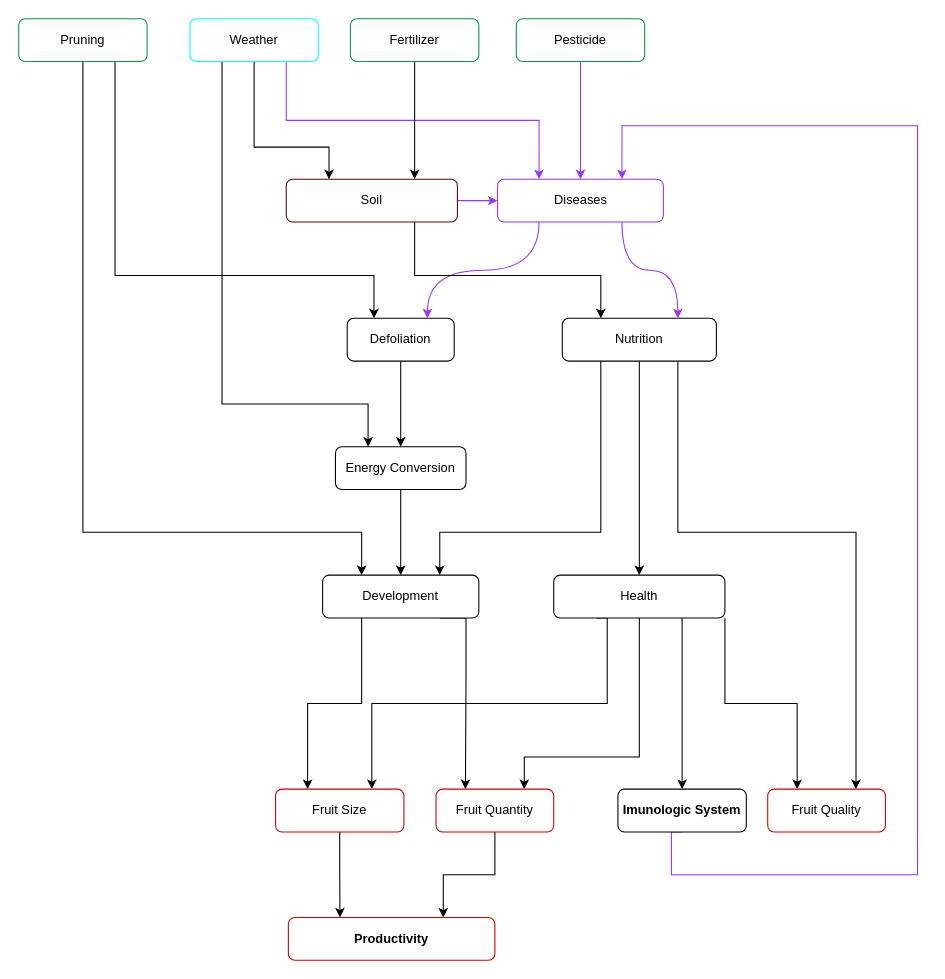
Above: farmer.drawio in nilold/farmer-game (draw.io), before the change. Source tidied: cells renumbered, new cells numbered last; positions are measured from the earlier drawing's top-left corner, leaving out a move shared by most shapes. Both pictures are drawn from the tidied source at 107%, with x=0, y=0 at pixel (18, 18).
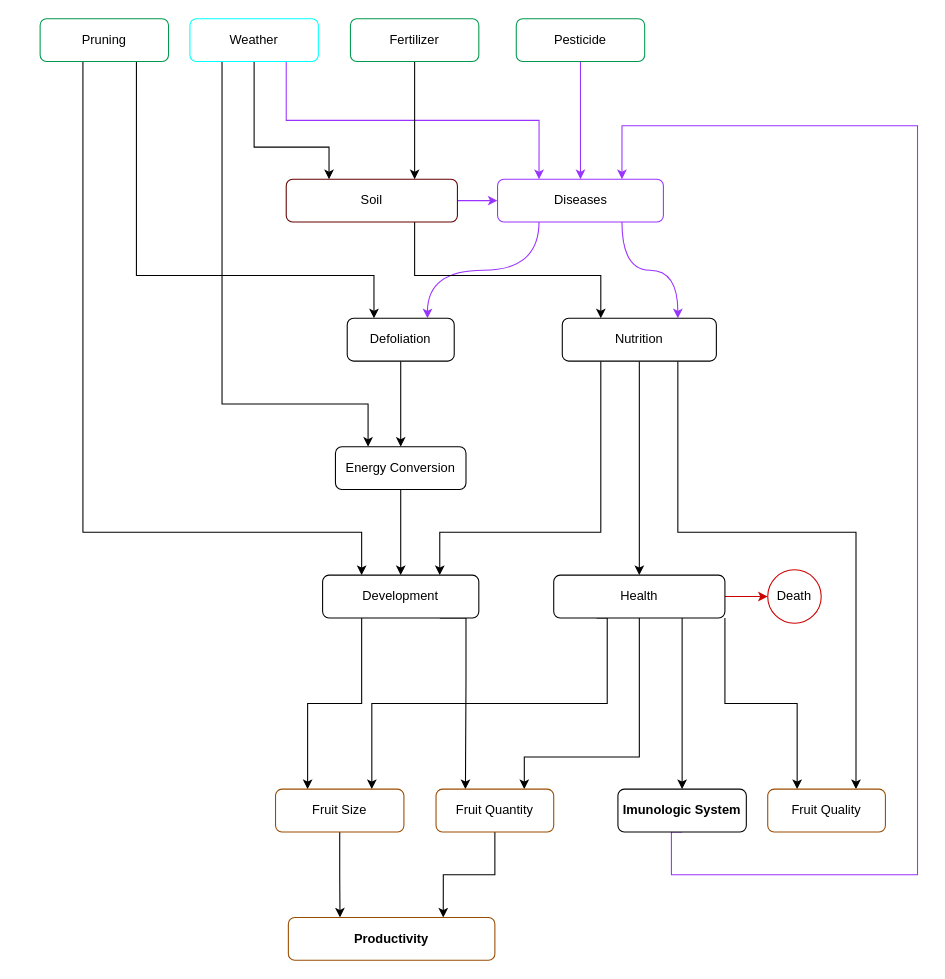
The same diagram, later.

The change refers to these unchanged cells:
```xml
<mxCell id="6" value="Health&lt;br&gt;" style="rounded=1;whiteSpace=wrap;html=1;" parent="1" vertex="1">
  <mxGeometry x="500" y="520" width="160" height="40" as="geometry" />
</mxCell>
<mxCell id="14" value="Defoliation" style="rounded=1;whiteSpace=wrap;html=1;" parent="1" vertex="1">
  <mxGeometry x="307" y="280" width="100" height="40" as="geometry" />
</mxCell>
```

Diff of the diagram source:
```diff
@@
+    <mxCell id="43" style="edgeStyle=orthogonalEdgeStyle;rounded=0;jettySize=auto;html=1;exitX=1;exitY=0.5;exitDx=0;exitDy=0;entryX=0;entryY=0.5;entryDx=0;entryDy=0;strokeColor=#CC0000;" parent="1" edge="1" source="6" target="44">
+      <mxGeometry relative="1" as="geometry" />
+    </mxCell>
@@
     <mxCell id="35" style="edgeStyle=orthogonalEdgeStyle;rounded=0;jettySize=auto;html=1;exitX=0.75;exitY=1;exitDx=0;exitDy=0;entryX=0.25;entryY=0;entryDx=0;entryDy=0;strokeColor=#000000;" parent="1" edge="1" source="36" target="14">
       <mxGeometry relative="1" as="geometry">
         <Array as="points">
-          <mxPoint x="90" y="240" />
+          <mxPoint x="110" y="240" />
           <mxPoint x="332" y="240" />
         </Array>
       </mxGeometry>
     </mxCell>
     <mxCell id="36" value="Pruning" style="rounded=1;whiteSpace=wrap;html=1;strokeColor=#00994D;" parent="1" vertex="1">
-      <mxGeometry width="120" height="40" as="geometry" />
+      <mxGeometry x="20" width="120" height="40" as="geometry" />
     </mxCell>
@@
-    <mxCell id="38" value="Fruit Size" style="rounded=1;whiteSpace=wrap;html=1;fontStyle=0;strokeColor=#CC0000;shadow=0;fillColor=none;" parent="1" vertex="1">
+    <mxCell id="38" value="Fruit Size" style="rounded=1;whiteSpace=wrap;html=1;fontStyle=0;strokeColor=#994C00;shadow=0;fillColor=none;" parent="1" vertex="1">
       <mxGeometry x="240" y="720" width="120" height="40" as="geometry" />
     </mxCell>
@@
-    <mxCell id="40" value="Fruit Quantity" style="rounded=1;whiteSpace=wrap;html=1;fontStyle=0;strokeColor=#CC0000;shadow=0;fillColor=none;" parent="1" vertex="1">
+    <mxCell id="40" value="Fruit Quantity" style="rounded=1;whiteSpace=wrap;html=1;fontStyle=0;strokeColor=#994C00;shadow=0;fillColor=none;" parent="1" vertex="1">
       <mxGeometry x="390" y="720" width="110" height="40" as="geometry" />
     </mxCell>
-    <mxCell id="41" value="Productivity" style="rounded=1;whiteSpace=wrap;html=1;fontStyle=1;strokeColor=#CC0000;shadow=0;fillColor=none;" parent="1" vertex="1">
+    <mxCell id="41" value="Productivity" style="rounded=1;whiteSpace=wrap;html=1;fontStyle=1;strokeColor=#994C00;shadow=0;fillColor=none;" parent="1" vertex="1">
       <mxGeometry x="252" y="840" width="193" height="40" as="geometry" />
     </mxCell>
-    <mxCell id="42" value="Fruit Quality" style="rounded=1;whiteSpace=wrap;html=1;fontStyle=0;strokeColor=#CC0000;shadow=0;fillColor=none;" parent="1" vertex="1">
+    <mxCell id="42" value="Fruit Quality" style="rounded=1;whiteSpace=wrap;html=1;fontStyle=0;strokeColor=#994C00;shadow=0;fillColor=none;" parent="1" vertex="1">
       <mxGeometry x="700" y="720" width="110" height="40" as="geometry" />
     </mxCell>
+    <mxCell id="44" value="Death" style="ellipse;whiteSpace=wrap;html=1;shadow=0;strokeColor=#CC0000;fillColor=none;" parent="1" vertex="1">
+      <mxGeometry x="700" y="515" width="50" height="50" as="geometry" />
+    </mxCell>
```
